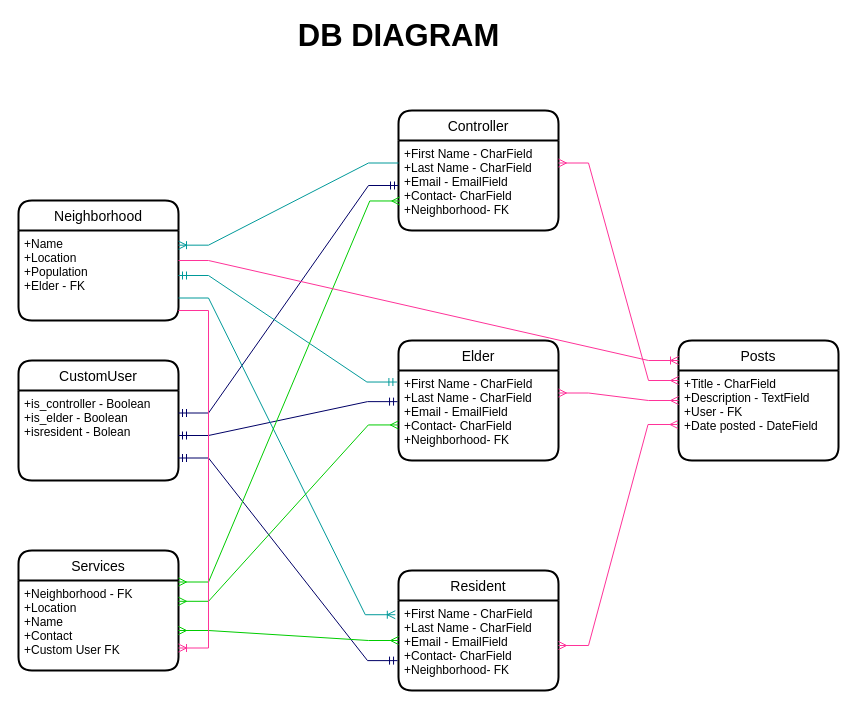
Above: Untitled Diagram.drawio in devmiano/nyumba (draw.io), before the change. Source tidied: cells renumbered, new cells numbered last; positions are measured from the earlier drawing's top-left corner, leaving out a move shared by most shapes. Both pictures are drawn from the tidied source at 100%, with x=0, y=0 at pixel (18, 20).
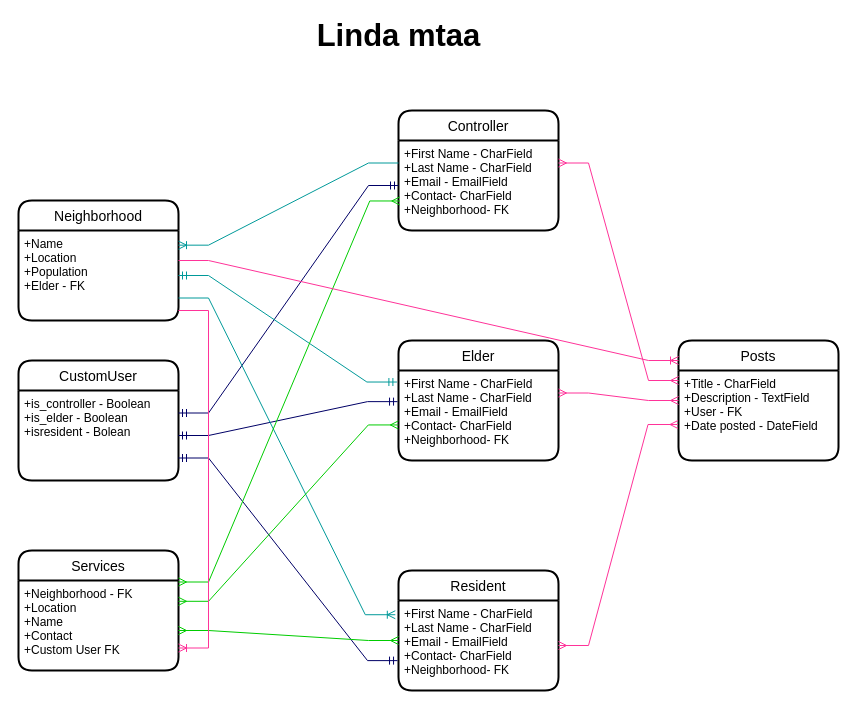
Above is the later version.

Change to the diagram source:
```diff
@@
-    <mxCell id="30" value="&lt;b&gt;&lt;font style=&quot;font-size: 31px;&quot;&gt;DB DIAGRAM&lt;/font&gt;&lt;/b&gt;" style="text;html=1;align=center;verticalAlign=middle;fillColor=none;strokeColor=none;rounded=0;fontColor=#000000;" parent="1" vertex="1">
-      <mxGeometry x="270" width="220" height="30" as="geometry" />
+    <mxCell id="30" value="&lt;span style=&quot;font-size: 31px;&quot;&gt;&lt;b&gt;Linda mtaa&lt;/b&gt;&lt;/span&gt;" style="text;html=1;align=center;verticalAlign=middle;fillColor=none;strokeColor=none;rounded=0;fontColor=#000000;" parent="1" vertex="1">
+      <mxGeometry x="290" width="180" height="30" as="geometry" />
     </mxCell>
```
